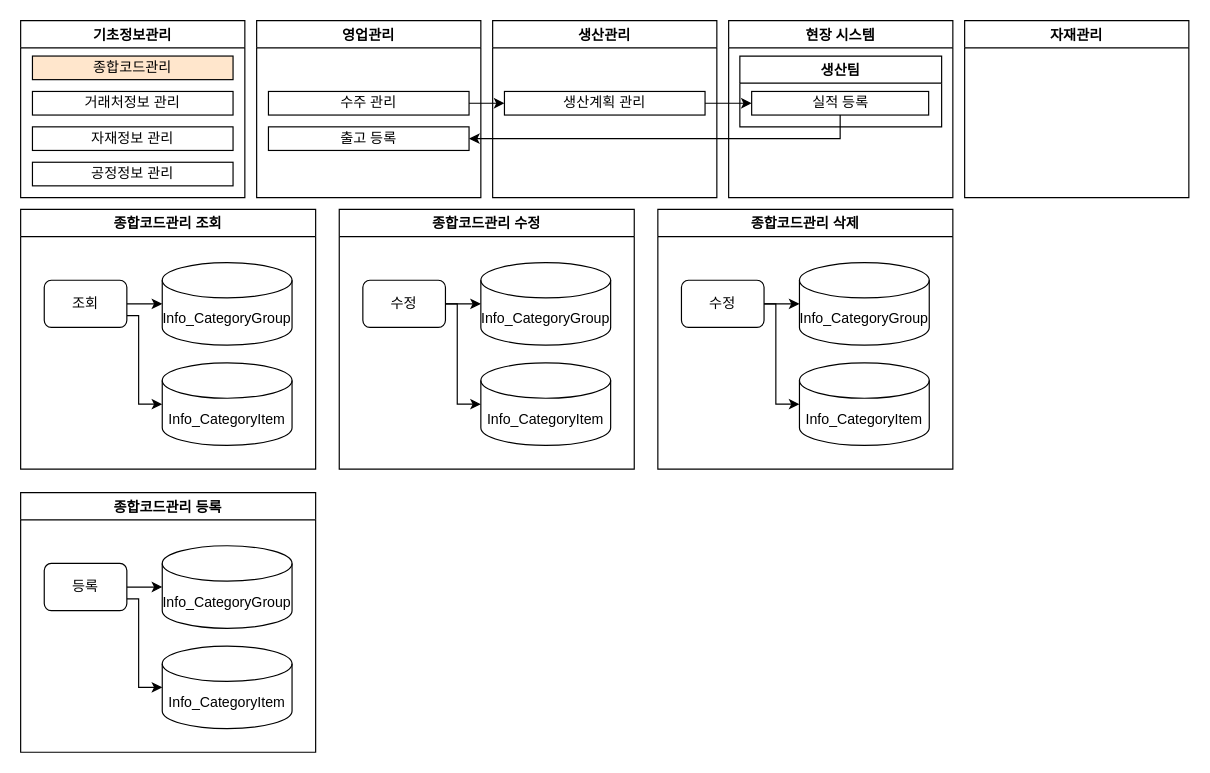
This is page "종합코드관리" (1 of 18) of 00. 설계/모듈 설계.drawio from QYnote/MES, a draw.io file, before an edit. Source tidied: cells renumbered, new cells numbered last; positions are measured from the earlier drawing's top-left corner, leaving out a move shared by most shapes. Both pictures are drawn from the tidied source at 118%, with x=0, y=0 at pixel (20, 20).
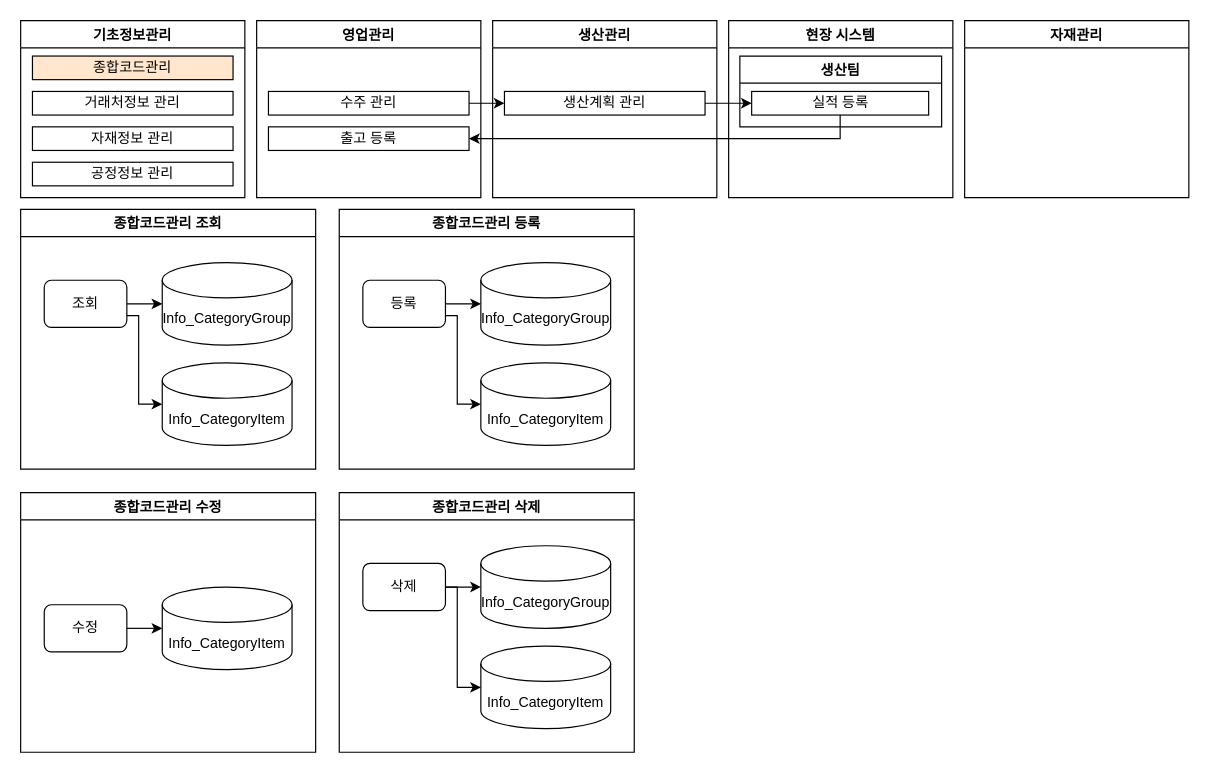
Above is the later version.

Diff of the diagram source:
```diff
@@
     <mxCell id="20" value="종합코드관리 등록" style="swimlane;fillColor=#FFFFFF;" parent="1" vertex="1">
-      <mxGeometry y="400" width="250" height="220" as="geometry" />
+      <mxGeometry x="270" y="160" width="250" height="220" as="geometry" />
     </mxCell>
@@
     <mxCell id="26" value="종합코드관리 수정" style="swimlane;fillColor=#FFFFFF;" parent="1" vertex="1">
-      <mxGeometry x="270" y="160" width="250" height="220" as="geometry" />
+      <mxGeometry y="400" width="250" height="220" as="geometry" />
     </mxCell>
-    <mxCell id="27" value="Info_CategoryGroup" style="shape=cylinder3;whiteSpace=wrap;html=1;boundedLbl=1;backgroundOutline=1;size=15;fillColor=#ffffff;" parent="26" vertex="1">
-      <mxGeometry x="120" y="45" width="110" height="70" as="geometry" />
-    </mxCell>
     <mxCell id="28" value="Info_CategoryItem" style="shape=cylinder3;whiteSpace=wrap;html=1;boundedLbl=1;backgroundOutline=1;size=15;fillColor=#ffffff;" parent="26" vertex="1">
-      <mxGeometry x="120" y="130" width="110" height="70" as="geometry" />
+      <mxGeometry x="120" y="80" width="110" height="70" as="geometry" />
     </mxCell>
-    <mxCell id="29" style="edgeStyle=orthogonalEdgeStyle;rounded=0;jettySize=auto;html=1;strokeColor=#000000;" parent="26" edge="1" source="31" target="27">
-      <mxGeometry relative="1" as="geometry" />
-    </mxCell>
     <mxCell id="30" style="edgeStyle=orthogonalEdgeStyle;rounded=0;jettySize=auto;html=1;strokeColor=#000000;entryX=0;entryY=0.5;entryDx=0;entryDy=0;entryPerimeter=0;" parent="26" edge="1" source="31" target="28">
       <mxGeometry relative="1" as="geometry">
         <Array as="points">
-          <mxPoint x="100" y="80" />
-          <mxPoint x="100" y="165" />
+          <mxPoint x="120" y="115" />
+          <mxPoint x="120" y="115" />
         </Array>
       </mxGeometry>
     </mxCell>
     <mxCell id="31" value="수정" style="rounded=1;whiteSpace=wrap;html=1;fillColor=#ffffff;" parent="26" vertex="1">
-      <mxGeometry x="20" y="60" width="70" height="40" as="geometry" />
+      <mxGeometry x="20" y="95" width="70" height="40" as="geometry" />
     </mxCell>
     <mxCell id="32" value="종합코드관리 삭제" style="swimlane;fillColor=#FFFFFF;" parent="1" vertex="1">
-      <mxGeometry x="540" y="160" width="250" height="220" as="geometry" />
+      <mxGeometry x="270" y="400" width="250" height="220" as="geometry" />
     </mxCell>
@@
-    <mxCell id="37" value="수정" style="rounded=1;whiteSpace=wrap;html=1;fillColor=#ffffff;" parent="32" vertex="1">
+    <mxCell id="37" value="삭제" style="rounded=1;whiteSpace=wrap;html=1;fillColor=#ffffff;" parent="32" vertex="1">
       <mxGeometry x="20" y="60" width="70" height="40" as="geometry" />
     </mxCell>
```
